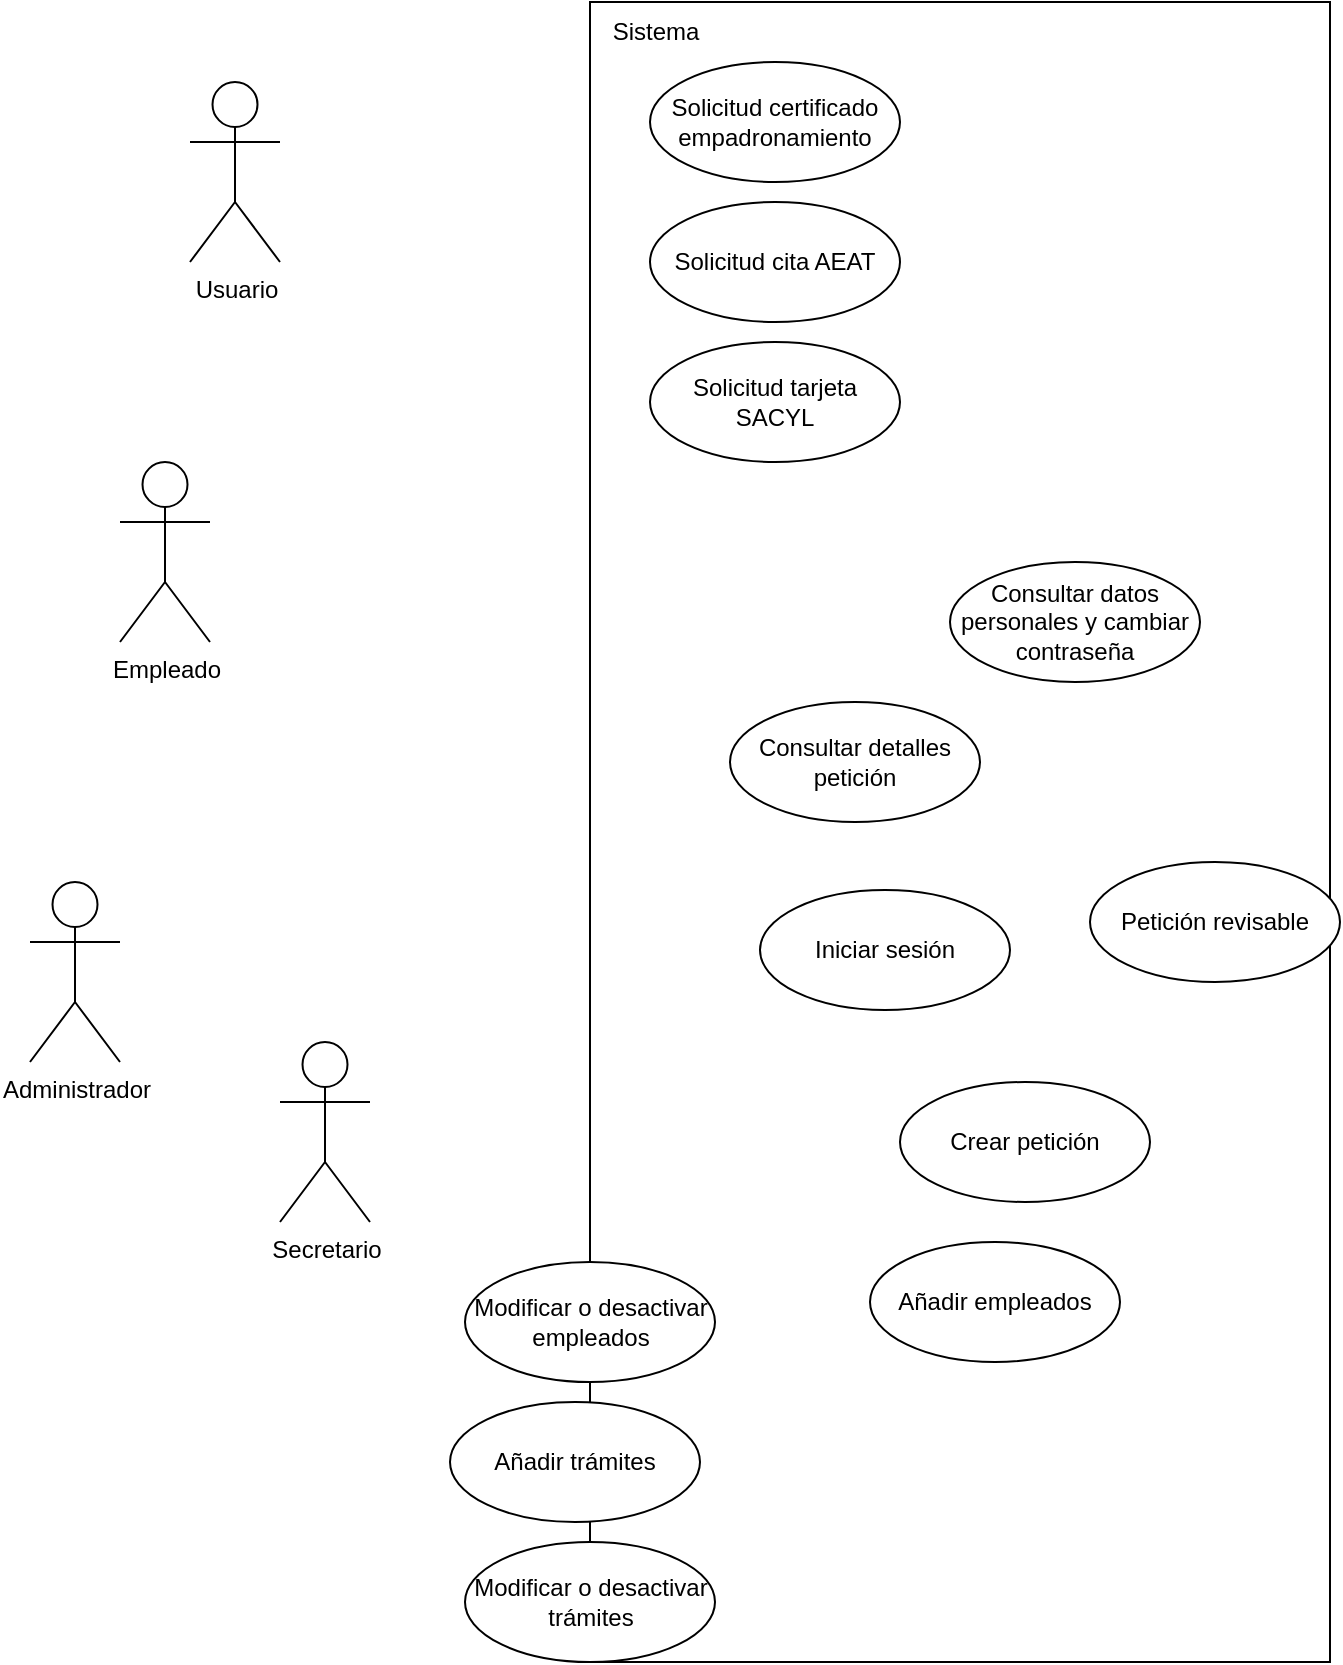
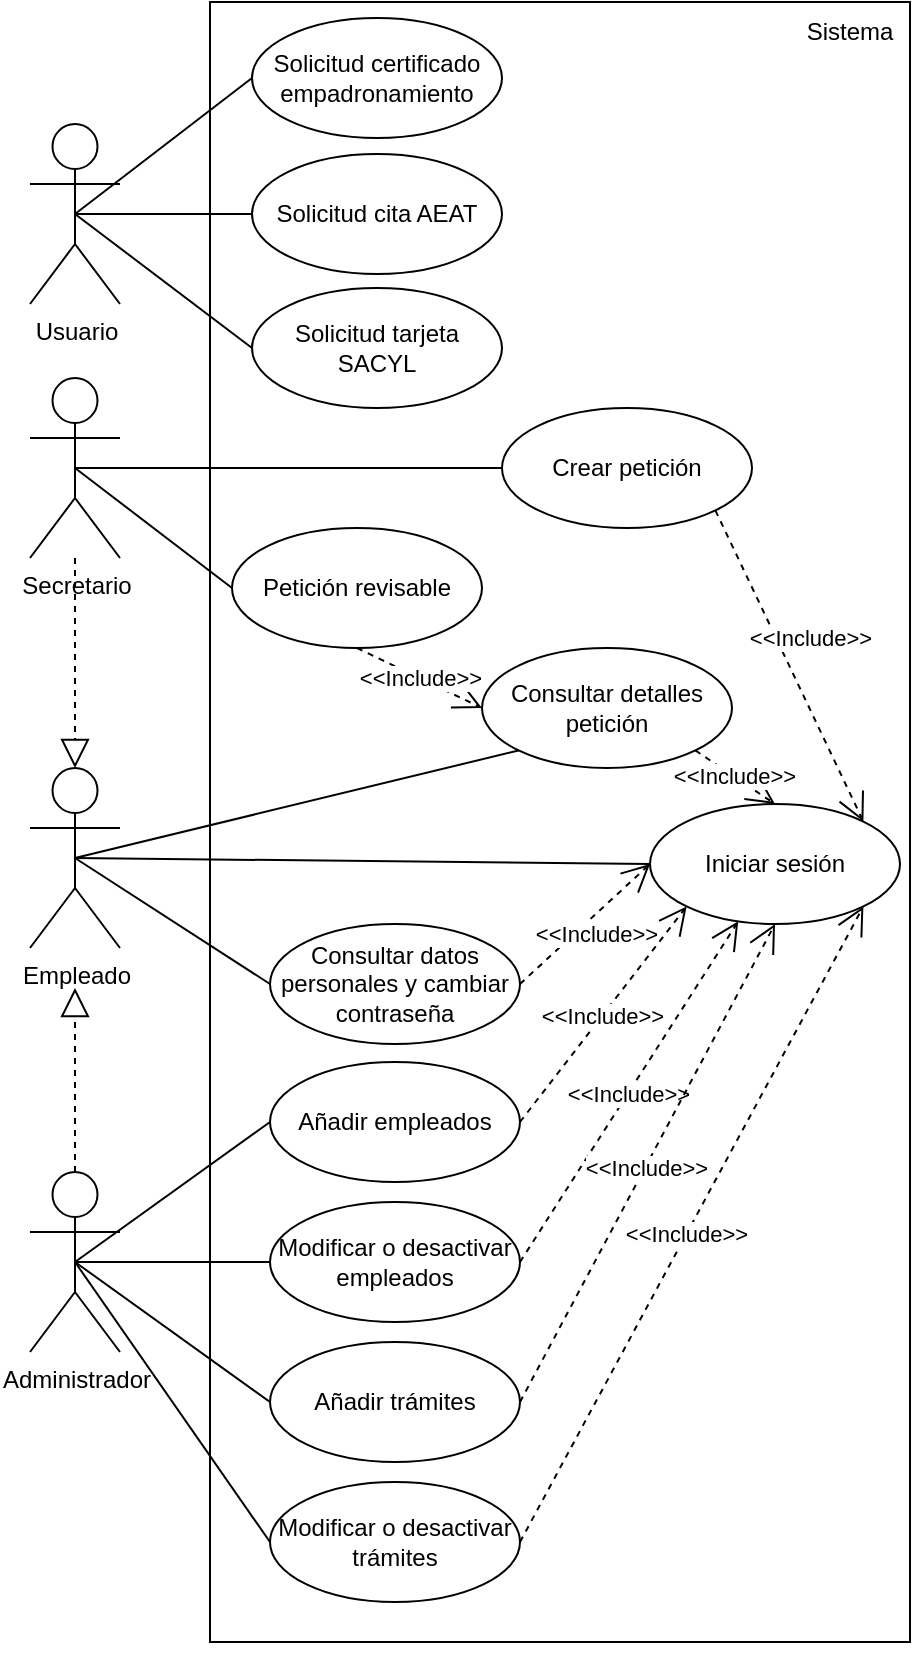
<mxfile host="app.diagrams.net" agent="Mozilla/5.0 (Windows NT 10.0; Win64; x64) AppleWebKit/537.36 (KHTML, like Gecko) Chrome/143.0.0.0 Safari/537.36" version="29.3.0">
-   <diagram name="Página-1" id="Ui2T87aOIxXclpyN8R03">
-     <mxGraphModel dx="2253" dy="789" grid="1" gridSize="10" guides="1" tooltips="1" connect="1" arrows="1" fold="1" page="1" pageScale="1" pageWidth="827" pageHeight="1169" math="0" shadow="0">
+   <diagram name="Diagrama Casos de Uso" id="Ui2T87aOIxXclpyN8R03">
+     <mxGraphModel dx="1426" dy="789" grid="1" gridSize="10" guides="1" tooltips="1" connect="1" arrows="1" fold="1" page="1" pageScale="1" pageWidth="827" pageHeight="1169" math="0" shadow="0">
      <root>
        <mxCell id="0" />
        <mxCell id="1" parent="0" />
        <mxCell id="6O_UDZLpWvkardfaYZF0-1" parent="1" style="rounded=0;whiteSpace=wrap;html=1;" value="" vertex="1">
-           <mxGeometry height="830" width="370" x="290" y="80" as="geometry" />
+           <mxGeometry height="820" width="350" x="290" y="80" as="geometry" />
        </mxCell>
        <mxCell id="6O_UDZLpWvkardfaYZF0-2" parent="1" style="ellipse;whiteSpace=wrap;html=1;" value="Solicitud certificado empadronamiento" vertex="1">
-           <mxGeometry height="60" width="125" x="320" y="110" as="geometry" />
+           <mxGeometry height="60" width="125" x="311" y="88" as="geometry" />
        </mxCell>
        <mxCell id="6O_UDZLpWvkardfaYZF0-3" parent="1" style="ellipse;whiteSpace=wrap;html=1;" value="Solicitud tarjeta SACYL" vertex="1">
-           <mxGeometry height="60" width="125" x="320" y="250" as="geometry" />
+           <mxGeometry height="60" width="125" x="311" y="223" as="geometry" />
        </mxCell>
        <mxCell id="6O_UDZLpWvkardfaYZF0-4" parent="1" style="ellipse;whiteSpace=wrap;html=1;" value="Iniciar sesión" vertex="1">
-           <mxGeometry height="60" width="125" x="375" y="524" as="geometry" />
+           <mxGeometry height="60" width="125" x="510" y="481" as="geometry" />
        </mxCell>
        <mxCell id="6O_UDZLpWvkardfaYZF0-5" parent="1" style="ellipse;whiteSpace=wrap;html=1;" value="Solicitud cita AEAT" vertex="1">
-           <mxGeometry height="60" width="125" x="320" y="180" as="geometry" />
+           <mxGeometry height="60" width="125" x="311" y="156" as="geometry" />
        </mxCell>
        <mxCell id="6O_UDZLpWvkardfaYZF0-6" parent="1" style="ellipse;whiteSpace=wrap;html=1;" value="Consultar detalles petición" vertex="1">
-           <mxGeometry height="60" width="125" x="360" y="430" as="geometry" />
+           <mxGeometry height="60" width="125" x="426" y="403" as="geometry" />
        </mxCell>
        <mxCell id="6O_UDZLpWvkardfaYZF0-7" parent="1" style="ellipse;whiteSpace=wrap;html=1;" value="Petición revisable" vertex="1">
-           <mxGeometry height="60" width="125" x="540" y="510" as="geometry" />
+           <mxGeometry height="60" width="125" x="301" y="343" as="geometry" />
        </mxCell>
        <mxCell id="6O_UDZLpWvkardfaYZF0-8" parent="1" style="ellipse;whiteSpace=wrap;html=1;" value="Consultar datos personales y cambiar contraseña" vertex="1">
-           <mxGeometry height="60" width="125" x="470" y="360" as="geometry" />
+           <mxGeometry height="60" width="125" x="320" y="541" as="geometry" />
        </mxCell>
        <mxCell id="6O_UDZLpWvkardfaYZF0-9" parent="1" style="ellipse;whiteSpace=wrap;html=1;" value="Añadir trámites" vertex="1">
-           <mxGeometry height="60" width="125" x="220" y="780" as="geometry" />
+           <mxGeometry height="60" width="125" x="320" y="750" as="geometry" />
        </mxCell>
        <mxCell id="6O_UDZLpWvkardfaYZF0-10" parent="1" style="ellipse;whiteSpace=wrap;html=1;" value="Modificar o desactivar empleados" vertex="1">
-           <mxGeometry height="60" width="125" x="227.5" y="710" as="geometry" />
+           <mxGeometry height="60" width="125" x="320" y="680" as="geometry" />
        </mxCell>
        <mxCell id="6O_UDZLpWvkardfaYZF0-11" parent="1" style="ellipse;whiteSpace=wrap;html=1;" value="Añadir empleados" vertex="1">
-           <mxGeometry height="60" width="125" x="430" y="700" as="geometry" />
+           <mxGeometry height="60" width="125" x="320" y="610" as="geometry" />
        </mxCell>
        <mxCell id="6O_UDZLpWvkardfaYZF0-12" parent="1" style="ellipse;whiteSpace=wrap;html=1;" value="Crear petición" vertex="1">
-           <mxGeometry height="60" width="125" x="445" y="620" as="geometry" />
+           <mxGeometry height="60" width="125" x="436" y="283" as="geometry" />
        </mxCell>
        <mxCell id="6O_UDZLpWvkardfaYZF0-14" parent="1" style="ellipse;whiteSpace=wrap;html=1;" value="Modificar o desactivar trámites" vertex="1">
-           <mxGeometry height="60" width="125" x="227.5" y="850" as="geometry" />
+           <mxGeometry height="60" width="125" x="320" y="820" as="geometry" />
        </mxCell>
        <mxCell id="6O_UDZLpWvkardfaYZF0-15" parent="1" style="shape=umlActor;verticalLabelPosition=bottom;verticalAlign=top;html=1;" value="Usuario&lt;div&gt;&lt;br&gt;&lt;/div&gt;" vertex="1">
-           <mxGeometry height="90" width="45" x="90" y="120" as="geometry" />
+           <mxGeometry height="90" width="45" x="200" y="141" as="geometry" />
        </mxCell>
        <mxCell id="6O_UDZLpWvkardfaYZF0-16" parent="1" style="shape=umlActor;verticalLabelPosition=bottom;verticalAlign=top;html=1;" value="&lt;div&gt;Empleado&lt;/div&gt;" vertex="1">
-           <mxGeometry height="90" width="45" x="55" y="310" as="geometry" />
+           <mxGeometry height="90" width="45" x="200" y="463" as="geometry" />
        </mxCell>
        <mxCell id="6O_UDZLpWvkardfaYZF0-17" parent="1" style="shape=umlActor;verticalLabelPosition=bottom;verticalAlign=top;html=1;" value="&lt;div&gt;Secretario&lt;/div&gt;" vertex="1">
-           <mxGeometry height="90" width="45" x="135" y="600" as="geometry" />
+           <mxGeometry height="90" width="45" x="200" y="268" as="geometry" />
        </mxCell>
        <mxCell id="6O_UDZLpWvkardfaYZF0-19" parent="1" style="shape=umlActor;verticalLabelPosition=bottom;verticalAlign=top;html=1;" value="&lt;div&gt;Administrador&lt;/div&gt;" vertex="1">
-           <mxGeometry height="90" width="45" x="10" y="520" as="geometry" />
+           <mxGeometry height="90" width="45" x="200" y="665" as="geometry" />
        </mxCell>
        <mxCell id="6O_UDZLpWvkardfaYZF0-22" parent="1" style="text;html=1;whiteSpace=wrap;strokeColor=none;fillColor=none;align=center;verticalAlign=middle;rounded=0;" value="Sistema" vertex="1">
-           <mxGeometry height="30" width="60" x="292.5" y="80" as="geometry" />
+           <mxGeometry height="30" width="60" x="580" y="80" as="geometry" />
+         </mxCell>
+         <mxCell id="og1b2HVpSN1SMtNKTO8R-1" edge="1" parent="1" source="6O_UDZLpWvkardfaYZF0-19" style="endArrow=block;dashed=1;endFill=0;endSize=12;html=1;rounded=0;exitX=0.5;exitY=0;exitDx=0;exitDy=0;exitPerimeter=0;entryX=0.5;entryY=1.222;entryDx=0;entryDy=0;entryPerimeter=0;" target="6O_UDZLpWvkardfaYZF0-16" value="">
+           <mxGeometry relative="1" width="160" as="geometry">
+             <Array as="points" />
+             <mxPoint x="-20" y="740" as="sourcePoint" />
+             <mxPoint x="150" y="570" as="targetPoint" />
+           </mxGeometry>
+         </mxCell>
+         <mxCell id="og1b2HVpSN1SMtNKTO8R-4" edge="1" parent="1" source="6O_UDZLpWvkardfaYZF0-15" style="endArrow=none;html=1;rounded=0;exitX=0.5;exitY=0.5;exitDx=0;exitDy=0;exitPerimeter=0;entryX=0;entryY=0.5;entryDx=0;entryDy=0;" target="6O_UDZLpWvkardfaYZF0-2" value="">
+           <mxGeometry height="50" relative="1" width="50" as="geometry">
+             <mxPoint x="180" y="230" as="sourcePoint" />
+             <mxPoint x="230" y="180" as="targetPoint" />
+           </mxGeometry>
+         </mxCell>
+         <mxCell id="og1b2HVpSN1SMtNKTO8R-5" edge="1" parent="1" source="6O_UDZLpWvkardfaYZF0-15" style="endArrow=none;html=1;rounded=0;exitX=0.5;exitY=0.5;exitDx=0;exitDy=0;exitPerimeter=0;entryX=0;entryY=0.5;entryDx=0;entryDy=0;" target="6O_UDZLpWvkardfaYZF0-5" value="">
+           <mxGeometry height="50" relative="1" width="50" as="geometry">
+             <mxPoint x="200" y="240" as="sourcePoint" />
+             <mxPoint x="250" y="190" as="targetPoint" />
+           </mxGeometry>
+         </mxCell>
+         <mxCell id="og1b2HVpSN1SMtNKTO8R-6" edge="1" parent="1" source="6O_UDZLpWvkardfaYZF0-15" style="endArrow=none;html=1;rounded=0;exitX=0.5;exitY=0.5;exitDx=0;exitDy=0;exitPerimeter=0;entryX=0;entryY=0.5;entryDx=0;entryDy=0;" target="6O_UDZLpWvkardfaYZF0-3" value="">
+           <mxGeometry height="50" relative="1" width="50" as="geometry">
+             <mxPoint x="170" y="300" as="sourcePoint" />
+             <mxPoint x="220" y="250" as="targetPoint" />
+           </mxGeometry>
+         </mxCell>
+         <mxCell id="og1b2HVpSN1SMtNKTO8R-8" edge="1" parent="1" source="6O_UDZLpWvkardfaYZF0-6" style="endArrow=open;endSize=12;dashed=1;html=1;rounded=0;exitX=1;exitY=1;exitDx=0;exitDy=0;entryX=0.5;entryY=0;entryDx=0;entryDy=0;" target="6O_UDZLpWvkardfaYZF0-4" value="&amp;lt;&amp;lt;Include&amp;gt;&amp;gt;">
+           <mxGeometry relative="1" width="160" x="-0.0174" as="geometry">
+             <mxPoint as="offset" />
+             <mxPoint x="440" y="508" as="sourcePoint" />
+             <mxPoint x="515" y="458" as="targetPoint" />
+           </mxGeometry>
+         </mxCell>
+         <mxCell id="og1b2HVpSN1SMtNKTO8R-9" edge="1" parent="1" source="6O_UDZLpWvkardfaYZF0-7" style="endArrow=open;endSize=12;dashed=1;html=1;rounded=0;entryX=0;entryY=0.5;entryDx=0;entryDy=0;exitX=0.5;exitY=1;exitDx=0;exitDy=0;" target="6O_UDZLpWvkardfaYZF0-6" value="&amp;lt;&amp;lt;Include&amp;gt;&amp;gt;">
+           <mxGeometry relative="1" width="160" as="geometry">
+             <mxPoint x="620" y="518" as="sourcePoint" />
+             <mxPoint x="620" y="568" as="targetPoint" />
+           </mxGeometry>
+         </mxCell>
+         <mxCell id="og1b2HVpSN1SMtNKTO8R-10" edge="1" parent="1" source="6O_UDZLpWvkardfaYZF0-16" style="endArrow=none;html=1;rounded=0;exitX=0.5;exitY=0.5;exitDx=0;exitDy=0;exitPerimeter=0;entryX=0;entryY=1;entryDx=0;entryDy=0;" target="6O_UDZLpWvkardfaYZF0-6" value="">
+           <mxGeometry height="50" relative="1" width="50" as="geometry">
+             <mxPoint x="200" y="400" as="sourcePoint" />
+             <mxPoint x="250" y="350" as="targetPoint" />
+           </mxGeometry>
+         </mxCell>
+         <mxCell id="og1b2HVpSN1SMtNKTO8R-11" edge="1" parent="1" source="6O_UDZLpWvkardfaYZF0-16" style="endArrow=none;html=1;rounded=0;exitX=0.5;exitY=0.5;exitDx=0;exitDy=0;exitPerimeter=0;entryX=0;entryY=0.5;entryDx=0;entryDy=0;" target="6O_UDZLpWvkardfaYZF0-4" value="">
+           <mxGeometry height="50" relative="1" width="50" as="geometry">
+             <mxPoint x="190" y="514" as="sourcePoint" />
+             <mxPoint x="565" y="440" as="targetPoint" />
+           </mxGeometry>
+         </mxCell>
+         <mxCell id="og1b2HVpSN1SMtNKTO8R-12" edge="1" parent="1" source="6O_UDZLpWvkardfaYZF0-16" style="endArrow=none;html=1;rounded=0;exitX=0.5;exitY=0.5;exitDx=0;exitDy=0;exitPerimeter=0;entryX=0;entryY=0.5;entryDx=0;entryDy=0;" target="6O_UDZLpWvkardfaYZF0-8" value="">
+           <mxGeometry height="50" relative="1" width="50" as="geometry">
+             <mxPoint x="220" y="580" as="sourcePoint" />
+             <mxPoint x="270" y="530" as="targetPoint" />
+           </mxGeometry>
+         </mxCell>
+         <mxCell id="og1b2HVpSN1SMtNKTO8R-13" edge="1" parent="1" source="6O_UDZLpWvkardfaYZF0-17" style="endArrow=block;dashed=1;endFill=0;endSize=12;html=1;rounded=0;entryX=0.5;entryY=0;entryDx=0;entryDy=0;entryPerimeter=0;" target="6O_UDZLpWvkardfaYZF0-16" value="">
+           <mxGeometry relative="1" width="160" as="geometry">
+             <Array as="points" />
+             <mxPoint x="140" y="420" as="sourcePoint" />
+             <mxPoint x="180" y="500" as="targetPoint" />
+           </mxGeometry>
+         </mxCell>
+         <mxCell id="og1b2HVpSN1SMtNKTO8R-14" edge="1" parent="1" source="6O_UDZLpWvkardfaYZF0-17" style="endArrow=none;html=1;rounded=0;exitX=0.5;exitY=0.5;exitDx=0;exitDy=0;exitPerimeter=0;entryX=0;entryY=0.5;entryDx=0;entryDy=0;" target="6O_UDZLpWvkardfaYZF0-12" value="">
+           <mxGeometry height="50" relative="1" width="50" as="geometry">
+             <mxPoint x="220" y="380" as="sourcePoint" />
+             <mxPoint x="270" y="330" as="targetPoint" />
+           </mxGeometry>
+         </mxCell>
+         <mxCell id="og1b2HVpSN1SMtNKTO8R-16" edge="1" parent="1" source="6O_UDZLpWvkardfaYZF0-17" style="endArrow=none;html=1;rounded=0;exitX=0.5;exitY=0.5;exitDx=0;exitDy=0;exitPerimeter=0;entryX=0;entryY=0.5;entryDx=0;entryDy=0;" target="6O_UDZLpWvkardfaYZF0-7" value="">
+           <mxGeometry height="50" relative="1" width="50" as="geometry">
+             <mxPoint x="200" y="420" as="sourcePoint" />
+             <mxPoint x="250" y="370" as="targetPoint" />
+           </mxGeometry>
+         </mxCell>
+         <mxCell id="og1b2HVpSN1SMtNKTO8R-17" edge="1" parent="1" source="6O_UDZLpWvkardfaYZF0-12" style="endArrow=open;endSize=12;dashed=1;html=1;rounded=0;exitX=1;exitY=1;exitDx=0;exitDy=0;entryX=1;entryY=0;entryDx=0;entryDy=0;" target="6O_UDZLpWvkardfaYZF0-4" value="&amp;lt;&amp;lt;Include&amp;gt;&amp;gt;">
+           <mxGeometry relative="1" width="160" x="-0.0933" y="15" as="geometry">
+             <mxPoint as="offset" />
+             <mxPoint x="740" y="490" as="sourcePoint" />
+             <mxPoint x="777" y="519" as="targetPoint" />
+           </mxGeometry>
+         </mxCell>
+         <mxCell id="og1b2HVpSN1SMtNKTO8R-18" edge="1" parent="1" source="6O_UDZLpWvkardfaYZF0-8" style="endArrow=open;endSize=12;dashed=1;html=1;rounded=0;exitX=1;exitY=0.5;exitDx=0;exitDy=0;entryX=0;entryY=0.5;entryDx=0;entryDy=0;" target="6O_UDZLpWvkardfaYZF0-4" value="&amp;lt;&amp;lt;Include&amp;gt;&amp;gt;">
+           <mxGeometry relative="1" width="160" x="0.0225" y="-8" as="geometry">
+             <mxPoint as="offset" />
+             <mxPoint x="560" y="680" as="sourcePoint" />
+             <mxPoint x="597" y="709" as="targetPoint" />
+           </mxGeometry>
+         </mxCell>
+         <mxCell id="og1b2HVpSN1SMtNKTO8R-19" edge="1" parent="1" source="6O_UDZLpWvkardfaYZF0-11" style="endArrow=open;endSize=12;dashed=1;html=1;rounded=0;exitX=1;exitY=0.5;exitDx=0;exitDy=0;entryX=0;entryY=1;entryDx=0;entryDy=0;" target="6O_UDZLpWvkardfaYZF0-4" value="&amp;lt;&amp;lt;Include&amp;gt;&amp;gt;">
+           <mxGeometry relative="1" width="160" x="-0.0174" as="geometry">
+             <mxPoint as="offset" />
+             <mxPoint x="470" y="603" as="sourcePoint" />
+             <mxPoint x="536" y="580" as="targetPoint" />
+           </mxGeometry>
+         </mxCell>
+         <mxCell id="og1b2HVpSN1SMtNKTO8R-20" edge="1" parent="1" source="6O_UDZLpWvkardfaYZF0-10" style="endArrow=open;endSize=12;dashed=1;html=1;rounded=0;exitX=1;exitY=0.5;exitDx=0;exitDy=0;" target="6O_UDZLpWvkardfaYZF0-4" value="&amp;lt;&amp;lt;Include&amp;gt;&amp;gt;">
+           <mxGeometry relative="1" width="160" x="-0.0174" as="geometry">
+             <mxPoint as="offset" />
+             <mxPoint x="480" y="633" as="sourcePoint" />
+             <mxPoint x="546" y="610" as="targetPoint" />
+           </mxGeometry>
+         </mxCell>
+         <mxCell id="og1b2HVpSN1SMtNKTO8R-21" edge="1" parent="1" source="6O_UDZLpWvkardfaYZF0-9" style="endArrow=open;endSize=12;dashed=1;html=1;rounded=0;exitX=1;exitY=0.5;exitDx=0;exitDy=0;entryX=0.5;entryY=1;entryDx=0;entryDy=0;" target="6O_UDZLpWvkardfaYZF0-4" value="&amp;lt;&amp;lt;Include&amp;gt;&amp;gt;">
+           <mxGeometry relative="1" width="160" x="-0.0174" as="geometry">
+             <mxPoint as="offset" />
+             <mxPoint x="480" y="653" as="sourcePoint" />
+             <mxPoint x="546" y="630" as="targetPoint" />
+           </mxGeometry>
+         </mxCell>
+         <mxCell id="og1b2HVpSN1SMtNKTO8R-22" edge="1" parent="1" source="6O_UDZLpWvkardfaYZF0-14" style="endArrow=open;endSize=12;dashed=1;html=1;rounded=0;exitX=1;exitY=0.5;exitDx=0;exitDy=0;entryX=1;entryY=1;entryDx=0;entryDy=0;" target="6O_UDZLpWvkardfaYZF0-4" value="&amp;lt;&amp;lt;Include&amp;gt;&amp;gt;">
+           <mxGeometry relative="1" width="160" x="-0.0271" as="geometry">
+             <mxPoint as="offset" />
+             <mxPoint x="520" y="733" as="sourcePoint" />
+             <mxPoint x="620" y="570" as="targetPoint" />
+           </mxGeometry>
+         </mxCell>
+         <mxCell id="og1b2HVpSN1SMtNKTO8R-23" edge="1" parent="1" source="6O_UDZLpWvkardfaYZF0-1" style="edgeStyle=orthogonalEdgeStyle;rounded=0;orthogonalLoop=1;jettySize=auto;html=1;exitX=0.5;exitY=1;exitDx=0;exitDy=0;" target="6O_UDZLpWvkardfaYZF0-1">
+           <mxGeometry relative="1" as="geometry" />
+         </mxCell>
+         <mxCell id="og1b2HVpSN1SMtNKTO8R-24" edge="1" parent="1" source="6O_UDZLpWvkardfaYZF0-19" style="endArrow=none;html=1;rounded=0;exitX=0.5;exitY=0.5;exitDx=0;exitDy=0;exitPerimeter=0;entryX=0;entryY=0.5;entryDx=0;entryDy=0;" target="6O_UDZLpWvkardfaYZF0-11" value="">
+           <mxGeometry height="50" relative="1" width="50" as="geometry">
+             <mxPoint x="210" y="710" as="sourcePoint" />
+             <mxPoint x="260" y="660" as="targetPoint" />
+           </mxGeometry>
+         </mxCell>
+         <mxCell id="og1b2HVpSN1SMtNKTO8R-25" edge="1" parent="1" source="6O_UDZLpWvkardfaYZF0-19" style="endArrow=none;html=1;rounded=0;exitX=0.5;exitY=0.5;exitDx=0;exitDy=0;exitPerimeter=0;entryX=0;entryY=0.5;entryDx=0;entryDy=0;" target="6O_UDZLpWvkardfaYZF0-10" value="">
+           <mxGeometry height="50" relative="1" width="50" as="geometry">
+             <mxPoint x="260" y="745" as="sourcePoint" />
+             <mxPoint x="427" y="710" as="targetPoint" />
+           </mxGeometry>
+         </mxCell>
+         <mxCell id="og1b2HVpSN1SMtNKTO8R-27" edge="1" parent="1" source="6O_UDZLpWvkardfaYZF0-19" style="endArrow=none;html=1;rounded=0;exitX=0.5;exitY=0.5;exitDx=0;exitDy=0;exitPerimeter=0;entryX=0;entryY=0.5;entryDx=0;entryDy=0;" target="6O_UDZLpWvkardfaYZF0-9" value="">
+           <mxGeometry height="50" relative="1" width="50" as="geometry">
+             <mxPoint x="240" y="765" as="sourcePoint" />
+             <mxPoint x="407" y="730" as="targetPoint" />
+           </mxGeometry>
+         </mxCell>
+         <mxCell id="og1b2HVpSN1SMtNKTO8R-28" edge="1" parent="1" source="6O_UDZLpWvkardfaYZF0-19" style="endArrow=none;html=1;rounded=0;exitX=0.5;exitY=0.5;exitDx=0;exitDy=0;exitPerimeter=0;entryX=0;entryY=0.5;entryDx=0;entryDy=0;" target="6O_UDZLpWvkardfaYZF0-14" value="">
+           <mxGeometry height="50" relative="1" width="50" as="geometry">
+             <mxPoint x="240" y="785" as="sourcePoint" />
+             <mxPoint x="407" y="750" as="targetPoint" />
+           </mxGeometry>
        </mxCell>
      </root>
    </mxGraphModel>
  </diagram>
</mxfile>
